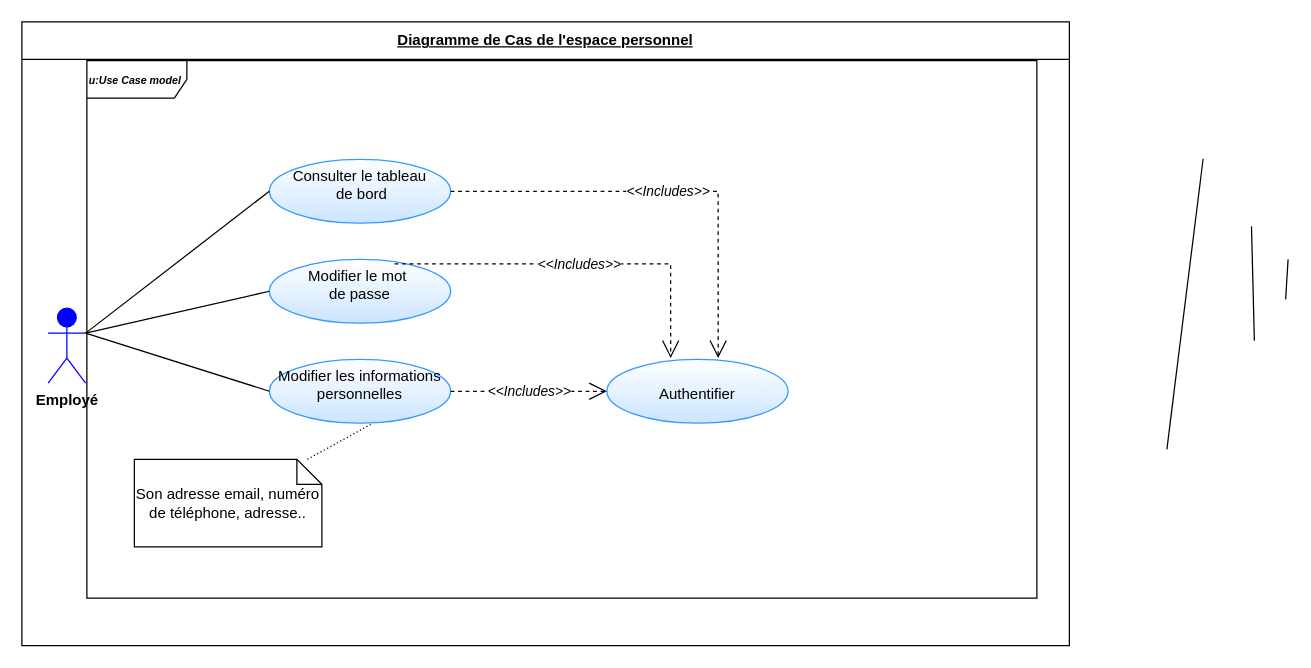
Above: use case Espace utilisateur.drawio in BARIGOU-Imane/Gestion-des-Ordres-de-Mission (draw.io), before the change. Source tidied: cells renumbered, new cells numbered last; positions are measured from the earlier drawing's top-left corner, leaving out a move shared by most shapes. Both pictures are drawn from the tidied source at 125%, with x=0, y=0 at pixel (21, 21).
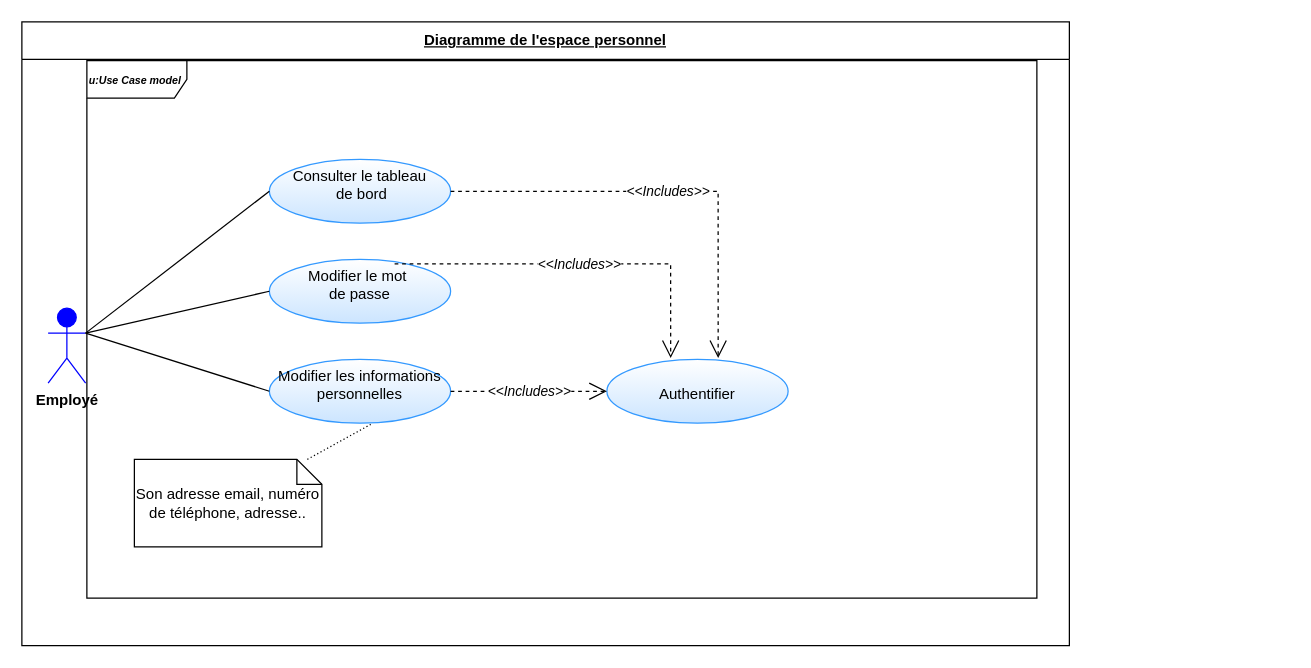
After the change.

Commit message:
Mettre à jour use case Espace utilisateur.drawio

What changed in the source:
```diff
@@
-    <mxCell id="2" style="endArrow=none;html=1;rounded=0;entryX=0;entryY=0.3333333333333333;entryDx=0;entryDy=0;exitX=1;exitY=0.5;exitDx=0;exitDy=0;entryPerimeter=0;" parent="1" edge="1">
-      <mxGeometry relative="1" as="geometry">
-        <mxPoint x="945" y="109.5" as="sourcePoint" />
-        <mxPoint x="916" y="342" as="targetPoint" />
-      </mxGeometry>
-    </mxCell>
-    <mxCell id="3" style="endArrow=none;html=1;rounded=0;exitX=0.998;exitY=0.346;exitDx=0;exitDy=0;exitPerimeter=0;entryX=0;entryY=0.3333333333333333;entryDx=0;entryDy=0;entryPerimeter=0;" parent="1" edge="1">
-      <mxGeometry relative="1" as="geometry">
-        <mxPoint x="983.7" y="163.6" as="sourcePoint" />
-        <mxPoint x="986" y="255" as="targetPoint" />
-      </mxGeometry>
-    </mxCell>
-    <mxCell id="4" style="endArrow=none;html=1;rounded=0;exitX=1;exitY=0.346;exitDx=0;exitDy=0;exitPerimeter=0;entryX=0;entryY=0.3333333333333333;entryDx=0;entryDy=0;entryPerimeter=0;" parent="1" edge="1">
-      <mxGeometry relative="1" as="geometry">
-        <mxPoint x="1011" y="222.1" as="sourcePoint" />
-        <mxPoint x="1013" y="190" as="targetPoint" />
-      </mxGeometry>
-    </mxCell>
-    <mxCell id="5" value="&lt;u&gt;Diagramme de Cas de l'espace personnel&lt;/u&gt;" style="swimlane;fontStyle=1;align=center;horizontal=1;startSize=30;html=1;whiteSpace=wrap;" parent="1" vertex="1">
+    <mxCell id="5" value="&lt;u&gt;Diagramme de l'espace personnel&lt;/u&gt;" style="swimlane;fontStyle=1;align=center;horizontal=1;startSize=30;html=1;whiteSpace=wrap;" parent="1" vertex="1">
       <mxGeometry width="838" height="499" as="geometry" />
     </mxCell>
```
